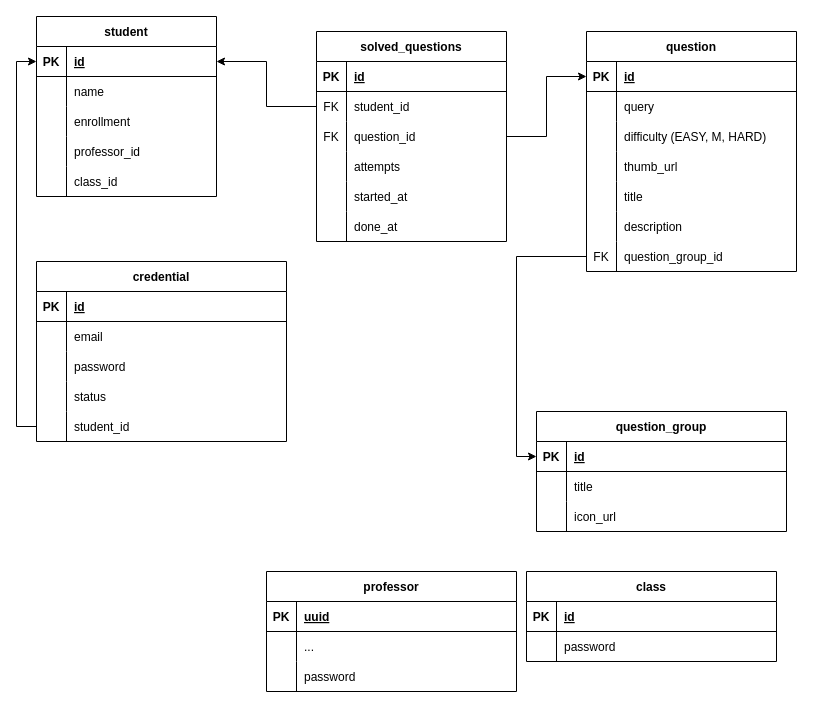
This is learning_queries.drawio from jnaps12/Diagramas, a draw.io file, before an edit. Source tidied: cells renumbered, new cells numbered last; positions are measured from the earlier drawing's top-left corner, leaving out a move shared by most shapes. Both pictures are drawn from the tidied source at 100%, with x=0, y=0 at pixel (36, 16).
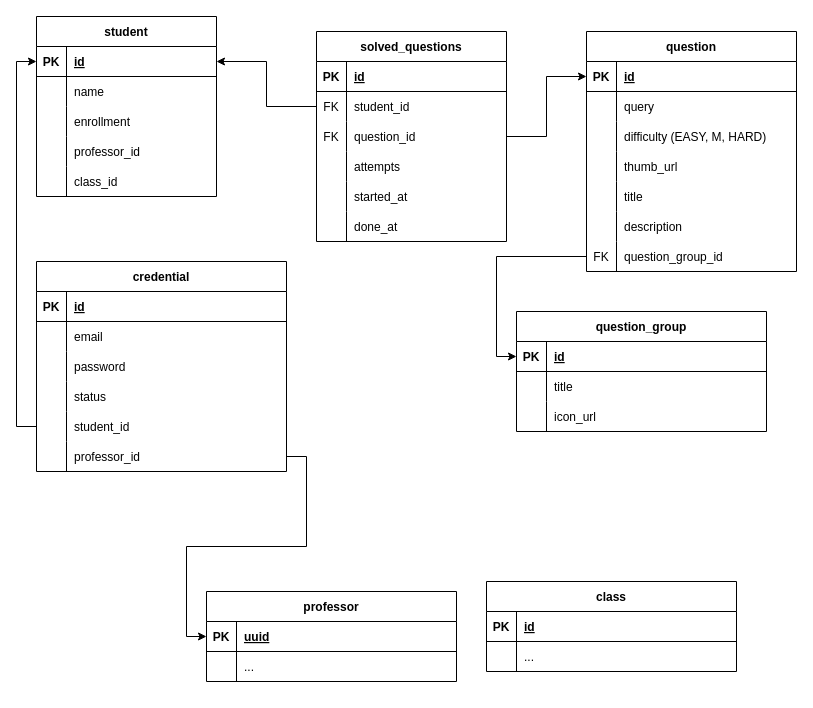
After the change.

The change refers to these unchanged cells:
```xml
<mxCell id="86" style="shape=partialRectangle;fillColor=none;points=[[0,0.5],[1,0.5]];portConstraint=eastwest;top=0;left=0;right=0;bottom=1;" parent="85" vertex="1">
  <mxGeometry y="30" width="250" height="30" as="geometry" />
</mxCell>
<mxCell id="102" style="shape=partialRectangle;fillColor=none;top=0;left=0;right=0;bottom=0;" parent="98" vertex="1">
  <mxGeometry y="60" width="250" height="30" as="geometry" />
</mxCell>
```

Diff of the diagram source:
```diff
@@
     <mxCell id="59" value="question_group" style="shape=table;startSize=30;childLayout=tableLayout;rowLines=0;fontStyle=1;align=center;" parent="1" vertex="1">
-      <mxGeometry x="500" y="395" width="250" height="120" as="geometry" />
+      <mxGeometry x="480" y="295" width="250" height="120" as="geometry" />
     </mxCell>
@@
     <mxCell id="69" value="credential" style="shape=table;startSize=30;childLayout=tableLayout;rowLines=0;fontStyle=1;align=center;" parent="1" vertex="1">
-      <mxGeometry y="245" width="250" height="180" as="geometry" />
+      <mxGeometry y="245" width="250" height="210" as="geometry" />
     </mxCell>
@@
+    <mxCell id="106" style="shape=partialRectangle;fillColor=none;points=[[0,0.5],[1,0.5]];portConstraint=eastwest;top=0;left=0;right=0;bottom=0;" parent="69" vertex="1">
+      <mxGeometry y="180" width="250" height="30" as="geometry" />
+    </mxCell>
+    <mxCell id="93" style="shape=partialRectangle;overflow=hidden;fillColor=none;top=0;left=0;bottom=0;right=0;" parent="106" vertex="1">
+      <mxGeometry width="30" height="30" as="geometry" />
+    </mxCell>
+    <mxCell id="107" value="professor_id" style="shape=partialRectangle;overflow=hidden;fillColor=none;top=0;left=0;bottom=0;right=0;align=left;spacingLeft=6;" parent="106" vertex="1">
+      <mxGeometry x="30" width="220" height="30" as="geometry" />
+    </mxCell>
     <mxCell id="85" value="professor" style="shape=table;startSize=30;childLayout=tableLayout;rowLines=0;fontStyle=1;align=center;" parent="1" vertex="1">
-      <mxGeometry x="230" y="555" width="250" height="120" as="geometry" />
+      <mxGeometry x="170" y="575" width="250" height="90" as="geometry" />
     </mxCell>
@@
-    <mxCell id="92" style="shape=partialRectangle;fillColor=none;top=0;left=0;right=0;bottom=0;" parent="85" vertex="1">
-      <mxGeometry y="90" width="250" height="30" as="geometry" />
-    </mxCell>
-    <mxCell id="93" style="shape=partialRectangle;overflow=hidden;fillColor=none;top=0;left=0;bottom=0;right=0;" parent="92" vertex="1">
-      <mxGeometry width="30" height="30" as="geometry" />
-    </mxCell>
-    <mxCell id="94" value="password" style="shape=partialRectangle;overflow=hidden;fillColor=none;top=0;left=0;bottom=0;right=0;align=left;spacingLeft=6;" parent="92" vertex="1">
-      <mxGeometry x="30" width="220" height="30" as="geometry" />
-    </mxCell>
@@
     <mxCell id="98" value="class" style="shape=table;startSize=30;childLayout=tableLayout;rowLines=0;fontStyle=1;align=center;" parent="1" vertex="1">
-      <mxGeometry x="490" y="555" width="250" height="90" as="geometry" />
+      <mxGeometry x="450" y="565" width="250" height="90" as="geometry" />
     </mxCell>
@@
-    <mxCell id="104" value="password" style="shape=partialRectangle;overflow=hidden;fillColor=none;top=0;left=0;bottom=0;right=0;align=left;spacingLeft=6;" parent="102" vertex="1">
+    <mxCell id="104" value="..." style="shape=partialRectangle;overflow=hidden;fillColor=none;top=0;left=0;bottom=0;right=0;align=left;spacingLeft=6;" parent="102" vertex="1">
       <mxGeometry x="30" width="220" height="30" as="geometry" />
     </mxCell>
@@
+    <mxCell id="108" style="edgeStyle=orthogonalEdgeStyle;rounded=0;jettySize=auto;html=1;entryX=0;entryY=0.5;entryDx=0;entryDy=0;" parent="1" edge="1" source="106" target="86">
+      <mxGeometry relative="1" as="geometry" />
+    </mxCell>
```
